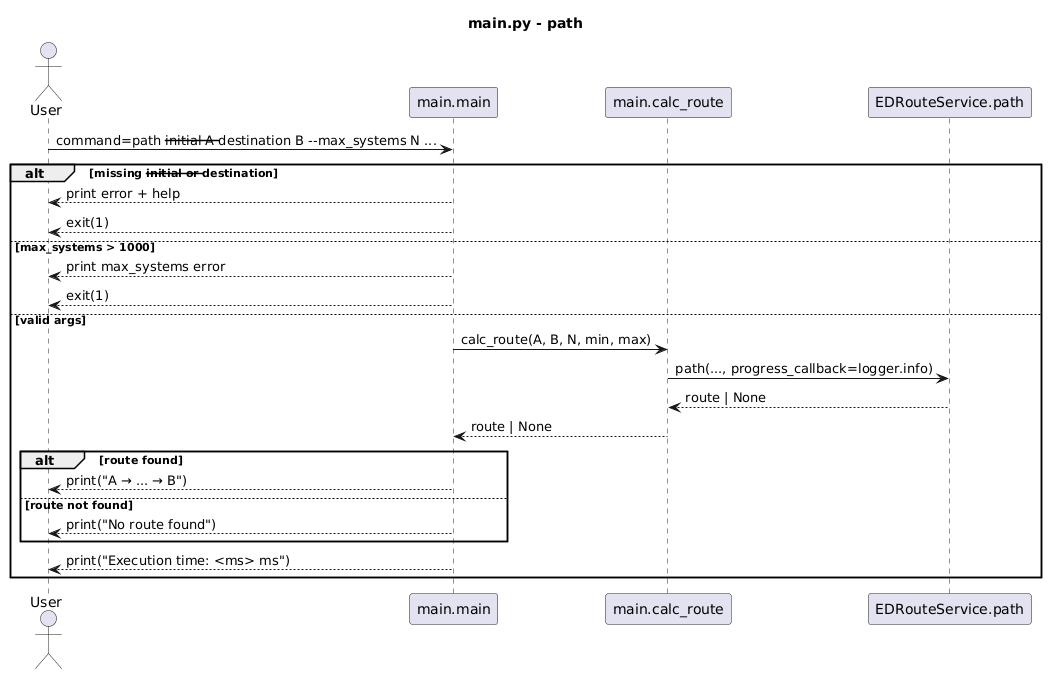
Earlier version of the PlantUML export docs/main_sequences/main_path.png (fazleskhan/elite_dangerous_discord_tools).
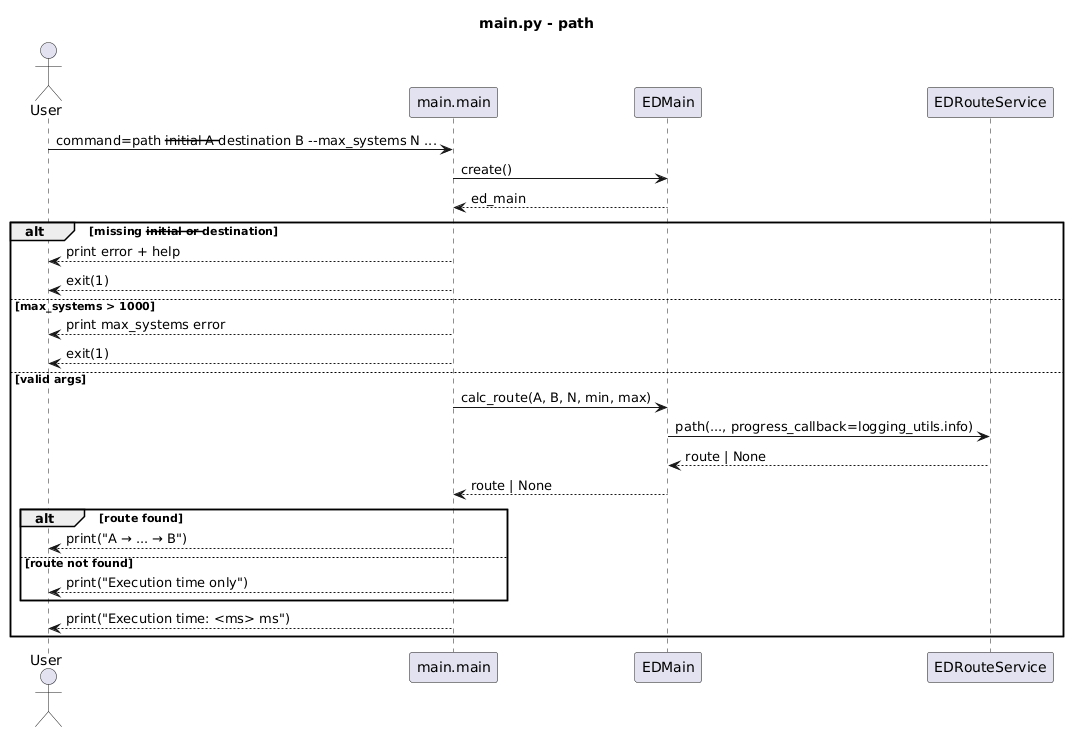
After the commit.

The edit, as a diff of the source:
```diff
@@ -3,10 +3,13 @@
 
 actor User
 participant "main.main" as Main
-participant "main.calc_route" as CalcRoute
-participant "EDRouteService.path" as Route
+participant "EDMain" as EDMain
+participant "EDRouteService" as Route
 
 User -> Main : command=path --initial A --destination B --max_systems N ...
+Main -> EDMain : create()
+EDMain --> Main : ed_main
+
 alt missing --initial or --destination
   Main --> User : print error + help
   Main --> User : exit(1)
@@ -14,14 +17,14 @@
   Main --> User : print max_systems error
   Main --> User : exit(1)
 else valid args
-  Main -> CalcRoute : calc_route(A, B, N, min, max)
-  CalcRoute -> Route : path(..., progress_callback=logger.info)
-  Route --> CalcRoute : route | None
-  CalcRoute --> Main : route | None
+  Main -> EDMain : calc_route(A, B, N, min, max)
+  EDMain -> Route : path(..., progress_callback=logging_utils.info)
+  Route --> EDMain : route | None
+  EDMain --> Main : route | None
   alt route found
     Main --> User : print("A → ... → B")
   else route not found
-    Main --> User : print("No route found")
+    Main --> User : print("Execution time only")
   end
   Main --> User : print("Execution time: <ms> ms")
 end
```
